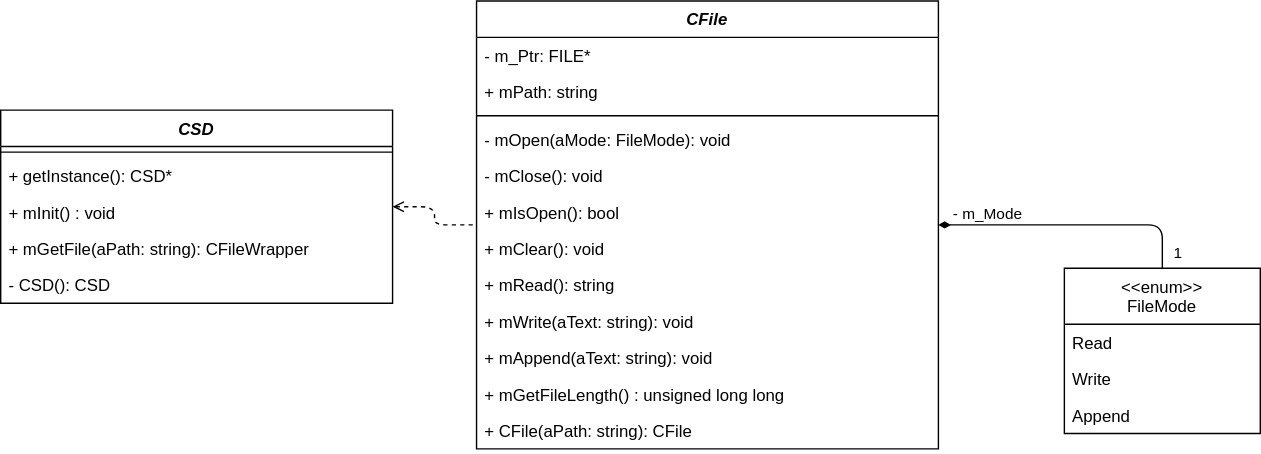
Above: uml/sd-abstraction.drawio.svg in SenseBoxTI/FirmwareDesign (draw.io), before the change. Source tidied: cells renumbered, new cells last; positions are measured from the earlier drawing's top-left corner, leaving out a move shared by most shapes.
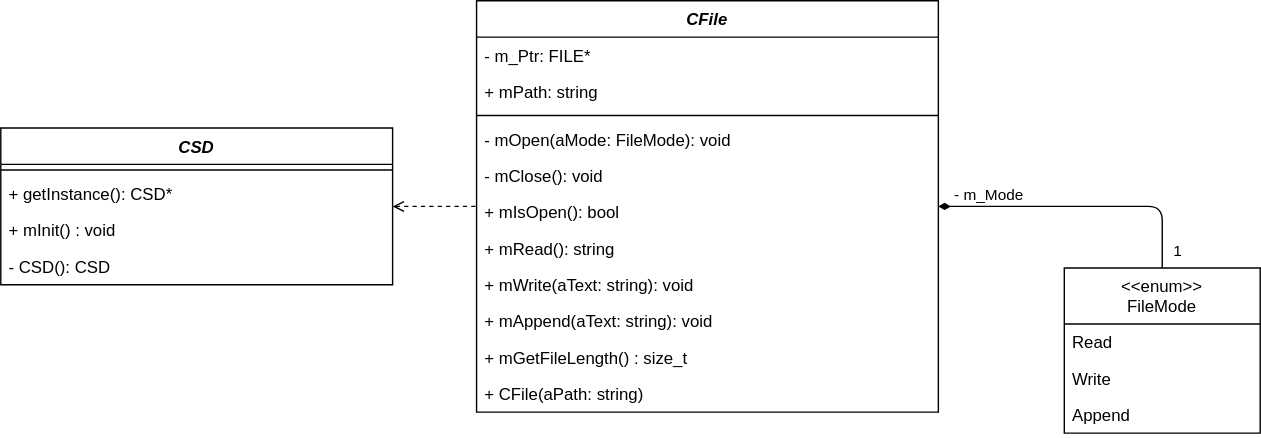
The same file after the commit.

Commit message:
Update UML to reflect implementation differences

Diff of the diagram source:
```diff
@@ -6,7 +6,7 @@
       <mxGeometry relative="1" as="geometry" />
     </mxCell>
     <mxCell id="3" value="CSD" style="swimlane;fontStyle=3;align=center;verticalAlign=top;horizontal=1;startSize=26;" parent="1" vertex="1">
-      <mxGeometry y="78" width="280" height="138" as="geometry" />
+      <mxGeometry y="91" width="280" height="112" as="geometry" />
     </mxCell>
     <mxCell id="4" style="line;strokeWidth=1;fillColor=none;align=left;verticalAlign=middle;spacingTop=-1;spacingLeft=3;spacingRight=3;labelPosition=right;" parent="3" vertex="1">
       <mxGeometry y="26" width="280" height="8" as="geometry" />
@@ -17,14 +17,11 @@
     <mxCell id="6" value="+ mInit() : void" style="text;strokeColor=none;fillColor=none;align=left;verticalAlign=top;spacingLeft=4;spacingRight=4;overflow=hidden;fontStyle=0;" parent="3" vertex="1">
       <mxGeometry y="60" width="280" height="26" as="geometry" />
     </mxCell>
-    <mxCell id="7" value="+ mGetFile(aPath: string): CFileWrapper" style="text;strokeColor=none;fillColor=none;align=left;verticalAlign=top;spacingLeft=4;spacingRight=4;overflow=hidden;" parent="3" vertex="1">
-      <mxGeometry y="86" width="280" height="26" as="geometry" />
-    </mxCell>
     <mxCell id="8" value="- CSD(): CSD" style="text;strokeColor=none;fillColor=none;align=left;verticalAlign=top;spacingLeft=4;spacingRight=4;overflow=hidden;" parent="3" vertex="1">
-      <mxGeometry y="112" width="280" height="26" as="geometry" />
+      <mxGeometry y="86" width="280" height="26" as="geometry" />
     </mxCell>
     <mxCell id="9" value="CFile" style="swimlane;fontStyle=3;align=center;verticalAlign=top;horizontal=1;startSize=26;" parent="1" vertex="1">
-      <mxGeometry x="340" width="330" height="320" as="geometry" />
+      <mxGeometry x="340" width="330" height="294" as="geometry" />
     </mxCell>
     <mxCell id="10" value="- m_Ptr: FILE*" style="text;strokeColor=none;fillColor=none;align=left;verticalAlign=top;spacingLeft=4;spacingRight=4;overflow=hidden;" parent="9" vertex="1">
       <mxGeometry y="26" width="330" height="26" as="geometry" />
@@ -44,23 +41,20 @@
     <mxCell id="15" value="+ mIsOpen(): bool" style="text;strokeColor=none;fillColor=none;align=left;verticalAlign=top;spacingLeft=4;spacingRight=4;overflow=hidden;" parent="9" vertex="1">
       <mxGeometry y="138" width="330" height="26" as="geometry" />
     </mxCell>
-    <mxCell id="16" value="+ mClear(): void" style="text;strokeColor=none;fillColor=none;align=left;verticalAlign=top;spacingLeft=4;spacingRight=4;overflow=hidden;" parent="9" vertex="1">
-      <mxGeometry y="164" width="330" height="26" as="geometry" />
-    </mxCell>
     <mxCell id="17" value="+ mRead(): string" style="text;strokeColor=none;fillColor=none;align=left;verticalAlign=top;spacingLeft=4;spacingRight=4;overflow=hidden;" parent="9" vertex="1">
-      <mxGeometry y="190" width="330" height="26" as="geometry" />
+      <mxGeometry y="164" width="330" height="26" as="geometry" />
     </mxCell>
     <mxCell id="18" value="+ mWrite(aText: string): void" style="text;strokeColor=none;fillColor=none;align=left;verticalAlign=top;spacingLeft=4;spacingRight=4;overflow=hidden;" parent="9" vertex="1">
-      <mxGeometry y="216" width="330" height="26" as="geometry" />
+      <mxGeometry y="190" width="330" height="26" as="geometry" />
     </mxCell>
     <mxCell id="19" value="+ mAppend(aText: string): void" style="text;strokeColor=none;fillColor=none;align=left;verticalAlign=top;spacingLeft=4;spacingRight=4;overflow=hidden;" parent="9" vertex="1">
-      <mxGeometry y="242" width="330" height="26" as="geometry" />
+      <mxGeometry y="216" width="330" height="26" as="geometry" />
     </mxCell>
-    <mxCell id="20" value="+ mGetFileLength() : unsigned long long" style="text;strokeColor=none;fillColor=none;align=left;verticalAlign=top;spacingLeft=4;spacingRight=4;overflow=hidden;" parent="9" vertex="1">
-      <mxGeometry y="268" width="330" height="26" as="geometry" />
+    <mxCell id="20" value="+ mGetFileLength() : size_t" style="text;strokeColor=none;fillColor=none;align=left;verticalAlign=top;spacingLeft=4;spacingRight=4;overflow=hidden;" parent="9" vertex="1">
+      <mxGeometry y="242" width="330" height="26" as="geometry" />
     </mxCell>
-    <mxCell id="21" value="+ CFile(aPath: string): CFile" style="text;strokeColor=none;fillColor=none;align=left;verticalAlign=top;spacingLeft=4;spacingRight=4;overflow=hidden;" parent="9" vertex="1">
-      <mxGeometry y="294" width="330" height="26" as="geometry" />
+    <mxCell id="21" value="+ CFile(aPath: string)" style="text;strokeColor=none;fillColor=none;align=left;verticalAlign=top;spacingLeft=4;spacingRight=4;overflow=hidden;" parent="9" vertex="1">
+      <mxGeometry y="268" width="330" height="26" as="geometry" />
     </mxCell>
     <mxCell id="22" style="edgeStyle=orthogonalEdgeStyle;html=1;exitX=0.5;exitY=0;exitDx=0;exitDy=0;entryX=1;entryY=0.5;entryDx=0;entryDy=0;endArrow=diamondThin;endFill=1;" parent="1" edge="1" source="25" target="9">
       <mxGeometry relative="1" as="geometry" />
```
